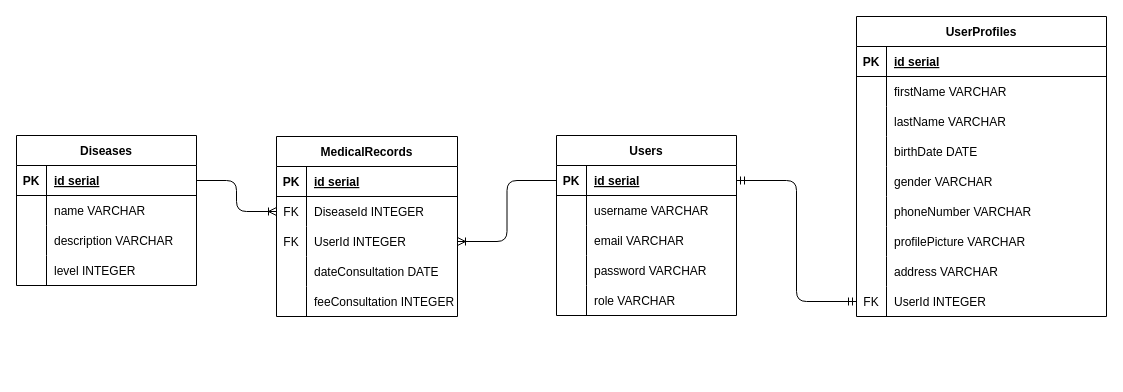
Earlier version of the draw.io diagram schema.drawio (liliane673/GetWellSoon). Source tidied: cells renumbered, new cells numbered last; positions are measured from the earlier drawing's top-left corner, leaving out a move shared by most shapes. Both pictures are drawn from the tidied source at 100%, with x=0, y=0 at pixel (16, 16).
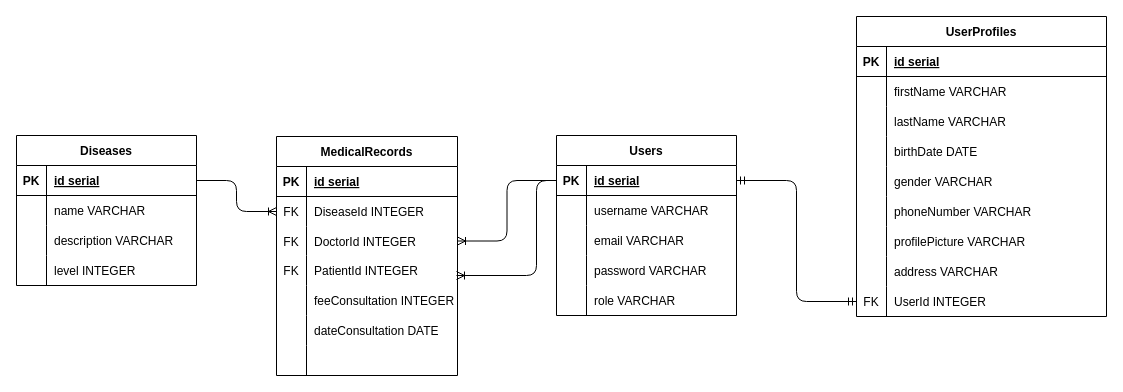
After the change.

Commit message (it also covers changes not shown here):
Revised schema, update all tables models, update medicalrecord query

Unchanged cells that the change refers to:
```xml
<mxCell id="3" style="shape=tableRow;horizontal=0;startSize=0;swimlaneHead=0;swimlaneBody=0;fillColor=none;points=[[0,0.5],[1,0.5]];portConstraint=eastwest;top=0;left=0;right=0;bottom=1;" parent="2" vertex="1">
  <mxGeometry y="30" width="180" height="30" as="geometry" />
</mxCell>
```

What changed in the source:
```diff
@@
     <mxCell id="60" value="MedicalRecords" style="shape=table;startSize=30;childLayout=tableLayout;rowLines=0;fontStyle=1;align=center;" parent="1" vertex="1">
-      <mxGeometry x="260" y="120" width="181" height="180" as="geometry" />
+      <mxGeometry x="260" y="120" width="181" height="239" as="geometry" />
     </mxCell>
@@
     <mxCell id="67" style="shape=tableRow;horizontal=0;startSize=0;swimlaneHead=0;swimlaneBody=0;fillColor=none;points=[[0,0.5],[1,0.5]];portConstraint=eastwest;top=0;left=0;right=0;bottom=0;" parent="60" vertex="1">
-      <mxGeometry y="90" width="181" height="30" as="geometry" />
+      <mxGeometry y="90" width="181" height="29" as="geometry" />
     </mxCell>
     <mxCell id="68" value="FK" style="shape=partialRectangle;fillColor=none;top=0;left=0;bottom=0;right=0;overflow=hidden;" parent="67" vertex="1">
-      <mxGeometry width="30" height="30" as="geometry" />
+      <mxGeometry width="30" height="29" as="geometry" />
     </mxCell>
-    <mxCell id="69" value="UserId INTEGER" style="shape=partialRectangle;fillColor=none;top=0;left=0;bottom=0;right=0;align=left;spacingLeft=6;overflow=hidden;" parent="67" vertex="1">
-      <mxGeometry x="30" width="151" height="30" as="geometry" />
+    <mxCell id="69" value="DoctorId INTEGER" style="shape=partialRectangle;fillColor=none;top=0;left=0;bottom=0;right=0;align=left;spacingLeft=6;overflow=hidden;" parent="67" vertex="1">
+      <mxGeometry x="30" width="151" height="29" as="geometry" />
     </mxCell>
     <mxCell id="70" style="shape=tableRow;horizontal=0;startSize=0;swimlaneHead=0;swimlaneBody=0;fillColor=none;top=0;left=0;right=0;bottom=0;" parent="60" vertex="1">
-      <mxGeometry y="120" width="181" height="30" as="geometry" />
+      <mxGeometry y="119" width="181" height="30" as="geometry" />
     </mxCell>
-    <mxCell id="71" style="shape=partialRectangle;fillColor=none;top=0;left=0;bottom=0;right=0;overflow=hidden;" parent="70" vertex="1">
+    <mxCell id="71" value="FK" style="shape=partialRectangle;fillColor=none;top=0;left=0;bottom=0;right=0;overflow=hidden;" parent="70" vertex="1">
       <mxGeometry width="30" height="30" as="geometry" />
     </mxCell>
-    <mxCell id="72" value="dateConsultation DATE" style="shape=partialRectangle;fillColor=none;top=0;left=0;bottom=0;right=0;align=left;spacingLeft=6;overflow=hidden;" parent="70" vertex="1">
+    <mxCell id="72" value="PatientId INTEGER" style="shape=partialRectangle;fillColor=none;top=0;left=0;bottom=0;right=0;align=left;spacingLeft=6;overflow=hidden;" parent="70" vertex="1">
       <mxGeometry x="30" width="151" height="30" as="geometry" />
     </mxCell>
     <mxCell id="73" style="shape=tableRow;horizontal=0;startSize=0;swimlaneHead=0;swimlaneBody=0;fillColor=none;top=0;left=0;right=0;bottom=0;" parent="60" vertex="1">
-      <mxGeometry y="150" width="181" height="30" as="geometry" />
+      <mxGeometry y="149" width="181" height="30" as="geometry" />
     </mxCell>
@@
+    <mxCell id="78" style="shape=tableRow;horizontal=0;startSize=0;swimlaneHead=0;swimlaneBody=0;fillColor=none;top=0;left=0;right=0;bottom=0;" parent="60" vertex="1">
+      <mxGeometry y="179" width="181" height="30" as="geometry" />
+    </mxCell>
+    <mxCell id="79" style="shape=partialRectangle;fillColor=none;top=0;left=0;bottom=0;right=0;overflow=hidden;" parent="78" vertex="1">
+      <mxGeometry width="30" height="30" as="geometry" />
+    </mxCell>
+    <mxCell id="80" value="dateConsultation DATE" style="shape=partialRectangle;fillColor=none;top=0;left=0;bottom=0;right=0;align=left;spacingLeft=6;overflow=hidden;" parent="78" vertex="1">
+      <mxGeometry x="30" width="151" height="30" as="geometry" />
+    </mxCell>
+    <mxCell id="81" style="shape=tableRow;horizontal=0;startSize=0;swimlaneHead=0;swimlaneBody=0;fillColor=none;top=0;left=0;right=0;bottom=0;" parent="60" vertex="1">
+      <mxGeometry y="209" width="181" height="30" as="geometry" />
+    </mxCell>
+    <mxCell id="82" style="shape=partialRectangle;fillColor=none;top=0;left=0;bottom=0;right=0;overflow=hidden;" parent="81" vertex="1">
+      <mxGeometry width="30" height="30" as="geometry" />
+    </mxCell>
+    <mxCell id="83" style="shape=partialRectangle;fillColor=none;top=0;left=0;bottom=0;right=0;align=left;spacingLeft=6;overflow=hidden;" parent="81" vertex="1">
+      <mxGeometry x="30" width="151" height="30" as="geometry" />
+    </mxCell>
@@
+    <mxCell id="84" style="edgeStyle=orthogonalEdgeStyle;fontSize=12;html=1;endArrow=ERoneToMany;exitX=0;exitY=0.5;exitDx=0;exitDy=0;" parent="1" edge="1" source="3">
+      <mxGeometry relative="1" as="geometry">
+        <mxPoint x="440" y="259" as="targetPoint" />
+        <Array as="points">
+          <mxPoint x="520" y="164" />
+          <mxPoint x="520" y="259" />
+        </Array>
+      </mxGeometry>
+    </mxCell>
```
